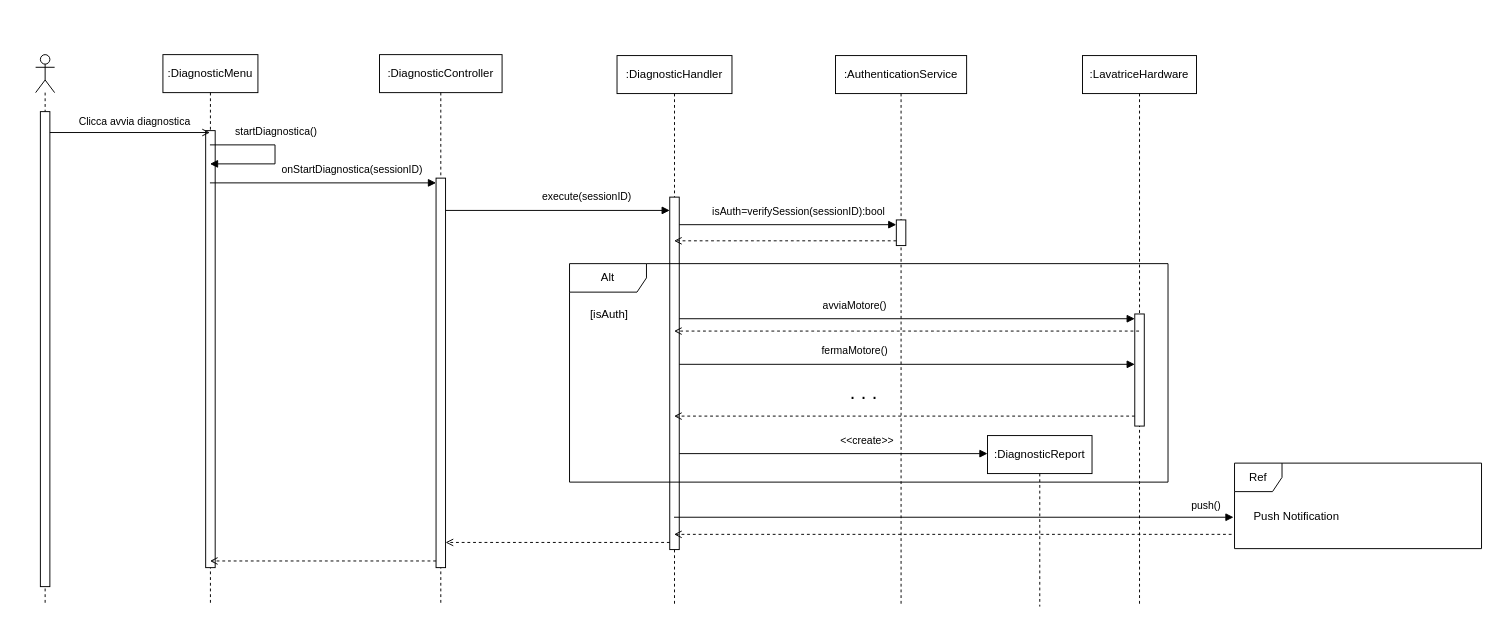
Above: content/seq/seqDiagnostic.drawio in uni-aca100/ing-proj (draw.io), before the change. Source tidied: cells renumbered, new cells numbered last; positions are measured from the earlier drawing's top-left corner, leaving out a move shared by most shapes. Both pictures are drawn from the tidied source at 95%, with x=0, y=0 at pixel (35, 54).
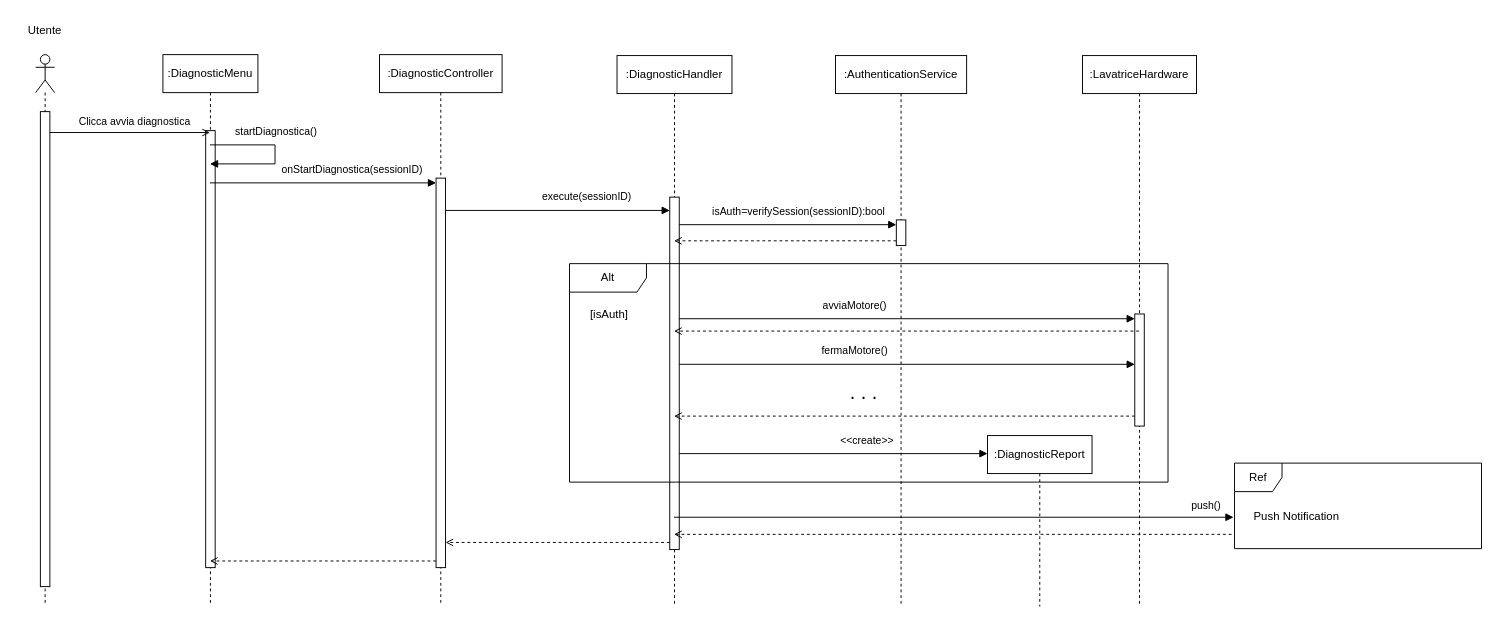
The same page after the edit.

The edit, as a diff of the source:
```diff
@@
+    <mxCell id="44" value="Utente" style="text;html=1;whiteSpace=wrap;strokeColor=none;fillColor=none;align=center;verticalAlign=middle;rounded=0;" parent="1" vertex="1">
+      <mxGeometry x="-20" y="-40" width="60" height="30" as="geometry" />
+    </mxCell>
```
